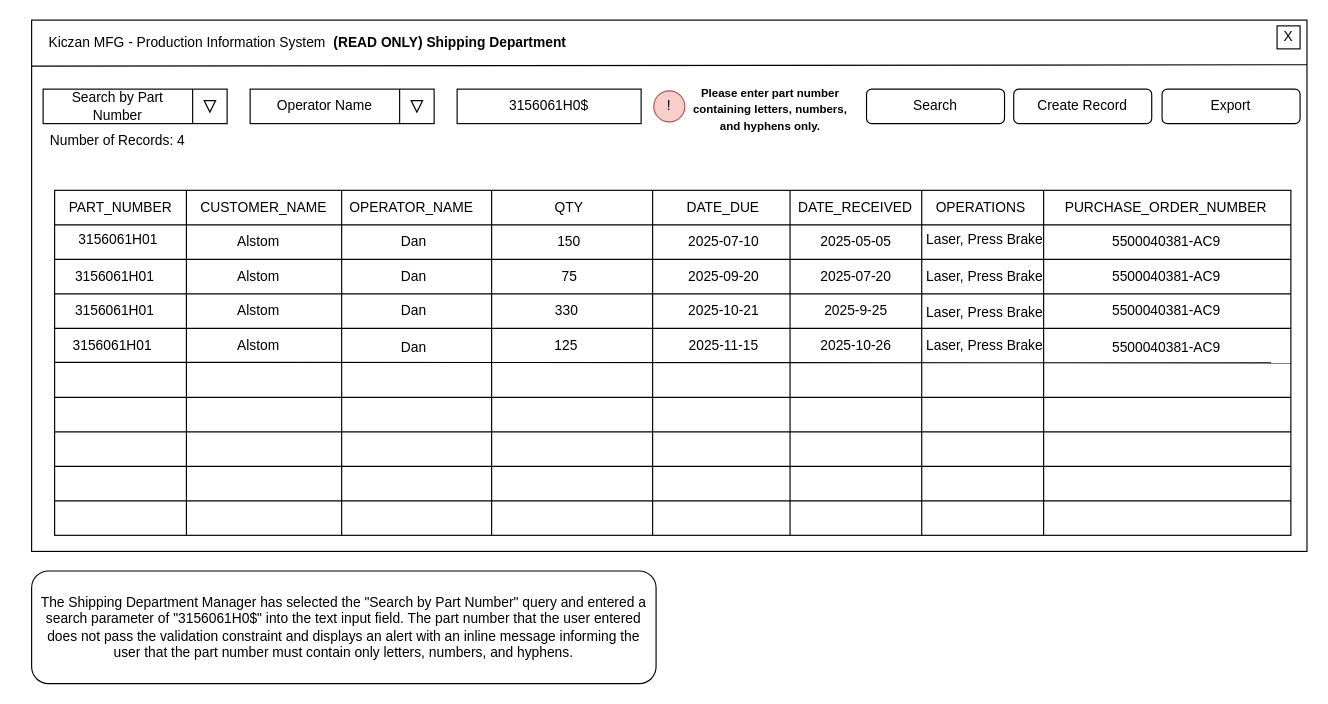
JrST90/Team2CapstoneProject keeps this draw.io diagram as Main User Interface Wireframe Search By Part Number (READONLY) VALIDATION ERROR.drawio. Above is the earlier version. Source tidied: cells renumbered, new cells numbered last; positions are measured from the earlier drawing's top-left corner, leaving out a move shared by most shapes. Both pictures are drawn from the tidied source at 115%, with x=0, y=0 at pixel (20, 20).
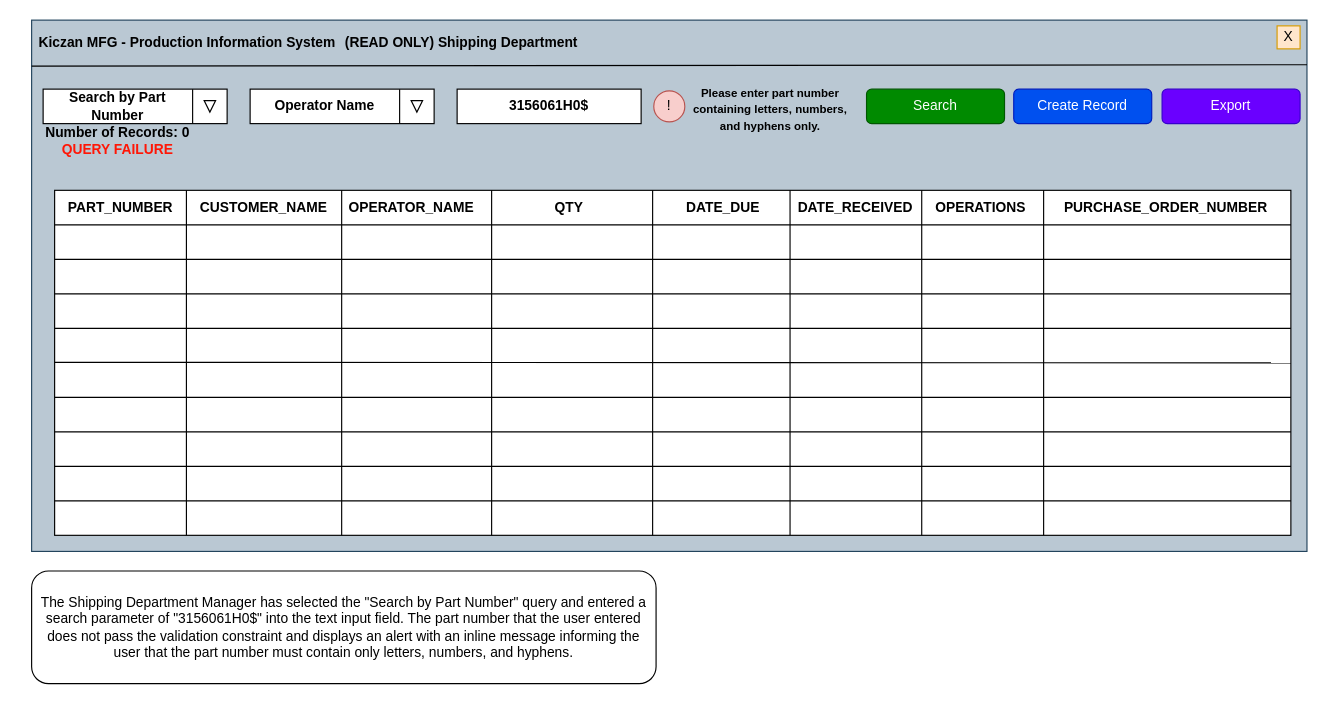
Above is the later version.

Change to the diagram source:
```diff
@@
-    <mxCell id="2" style="rounded=0;whiteSpace=wrap;html=1;" parent="1" vertex="1">
+    <mxCell id="2" style="rounded=0;whiteSpace=wrap;html=1;fillColor=#bac8d3;strokeColor=#23445d;" parent="1" vertex="1">
       <mxGeometry x="10" width="1109" height="462" as="geometry" />
     </mxCell>
@@
-    <mxCell id="4" value="X" style="whiteSpace=wrap;html=1;" parent="1" vertex="1">
+    <mxCell id="4" value="X" style="whiteSpace=wrap;html=1;fillColor=#ffe6cc;strokeColor=#d79b00;" parent="1" vertex="1">
       <mxGeometry x="1093" y="5" width="20" height="20" as="geometry" />
     </mxCell>
-    <mxCell id="5" value="Kiczan MFG - Production Information System" style="text;html=1;whiteSpace=wrap;strokeColor=none;fillColor=none;align=center;verticalAlign=middle;rounded=0;" parent="1" vertex="1">
+    <mxCell id="5" value="&lt;b&gt;Kiczan MFG - Production Information System&lt;/b&gt;" style="text;html=1;whiteSpace=wrap;strokeColor=none;fillColor=none;align=center;verticalAlign=middle;rounded=0;" parent="1" vertex="1">
       <mxGeometry x="10" y="5" width="271" height="30" as="geometry" />
     </mxCell>
@@
-    <mxCell id="8" value="3156061H0$" style="rounded=0;whiteSpace=wrap;html=1;" parent="1" vertex="1">
+    <mxCell id="8" value="&lt;b&gt;3156061H0$&lt;/b&gt;" style="rounded=0;whiteSpace=wrap;html=1;" parent="1" vertex="1">
       <mxGeometry x="380" y="60" width="160" height="30" as="geometry" />
     </mxCell>
-    <mxCell id="9" value="Search" style="rounded=1;whiteSpace=wrap;html=1;" parent="1" vertex="1">
+    <mxCell id="9" value="Search" style="rounded=1;whiteSpace=wrap;html=1;fillColor=#008a00;fontColor=#ffffff;strokeColor=#005700;" parent="1" vertex="1">
       <mxGeometry x="736" y="60" width="120" height="30" as="geometry" />
     </mxCell>
-    <mxCell id="10" value="Search by Part Number" style="text;html=1;whiteSpace=wrap;strokeColor=none;fillColor=none;align=center;verticalAlign=middle;rounded=0;" parent="1" vertex="1">
+    <mxCell id="10" value="&lt;b&gt;Search by Part Number&lt;/b&gt;" style="text;html=1;whiteSpace=wrap;strokeColor=none;fillColor=none;align=center;verticalAlign=middle;rounded=0;" parent="1" vertex="1">
       <mxGeometry x="40" y="60" width="90" height="30" as="geometry" />
     </mxCell>
@@
-    <mxCell id="14" value="Operator Name" style="text;html=1;whiteSpace=wrap;strokeColor=none;fillColor=none;align=center;verticalAlign=middle;rounded=0;" parent="1" vertex="1">
+    <mxCell id="14" value="&lt;b&gt;Operator Name&lt;/b&gt;" style="text;html=1;whiteSpace=wrap;strokeColor=none;fillColor=none;align=center;verticalAlign=middle;rounded=0;" parent="1" vertex="1">
       <mxGeometry x="190" y="60" width="150" height="30" as="geometry" />
     </mxCell>
@@
-    <mxCell id="30" value="Number of Records: 4" style="text;html=1;whiteSpace=wrap;strokeColor=none;fillColor=none;align=center;verticalAlign=middle;rounded=0;" parent="1" vertex="1">
+    <mxCell id="30" value="&lt;b&gt;Number of Records: 0 &lt;font style=&quot;color: rgb(255, 22, 6);&quot;&gt;QUERY FAILURE&lt;/font&gt;&lt;/b&gt;" style="text;html=1;whiteSpace=wrap;strokeColor=none;fillColor=none;align=center;verticalAlign=middle;rounded=0;" parent="1" vertex="1">
       <mxGeometry y="90" width="170" height="30" as="geometry" />
     </mxCell>
-    <mxCell id="31" value="Create Record" style="rounded=1;whiteSpace=wrap;html=1;" parent="1" vertex="1">
+    <mxCell id="31" value="Create Record" style="rounded=1;whiteSpace=wrap;html=1;fillColor=#0050ef;fontColor=#ffffff;strokeColor=#001DBC;" parent="1" vertex="1">
       <mxGeometry x="864" y="60" width="120" height="30" as="geometry" />
     </mxCell>
-    <mxCell id="32" value="PART_NUMBER" style="text;html=1;whiteSpace=wrap;strokeColor=none;fillColor=none;align=center;verticalAlign=middle;rounded=0;" parent="1" vertex="1">
+    <mxCell id="32" value="&lt;b&gt;PART_NUMBER&lt;/b&gt;" style="text;html=1;whiteSpace=wrap;strokeColor=none;fillColor=none;align=center;verticalAlign=middle;rounded=0;" parent="1" vertex="1">
       <mxGeometry x="36" y="148" width="103" height="30" as="geometry" />
     </mxCell>
-    <mxCell id="33" value="CUSTOMER_NAME" style="text;html=1;whiteSpace=wrap;strokeColor=none;fillColor=none;align=center;verticalAlign=middle;rounded=0;" parent="1" vertex="1">
+    <mxCell id="33" value="&lt;b&gt;CUSTOMER_NAME&lt;/b&gt;" style="text;html=1;whiteSpace=wrap;strokeColor=none;fillColor=none;align=center;verticalAlign=middle;rounded=0;" parent="1" vertex="1">
       <mxGeometry x="150" y="148" width="124" height="30" as="geometry" />
     </mxCell>
-    <mxCell id="34" value="OPERATOR_NAME" style="text;html=1;whiteSpace=wrap;strokeColor=none;fillColor=none;align=center;verticalAlign=middle;rounded=0;" parent="1" vertex="1">
+    <mxCell id="34" value="&lt;b&gt;OPERATOR_NAME&lt;/b&gt;" style="text;html=1;whiteSpace=wrap;strokeColor=none;fillColor=none;align=center;verticalAlign=middle;rounded=0;" parent="1" vertex="1">
       <mxGeometry x="285" y="148" width="111" height="30" as="geometry" />
     </mxCell>
-    <mxCell id="35" value="QTY" style="text;html=1;whiteSpace=wrap;strokeColor=none;fillColor=none;align=center;verticalAlign=middle;rounded=0;" parent="1" vertex="1">
+    <mxCell id="35" value="&lt;b&gt;QTY&lt;/b&gt;" style="text;html=1;whiteSpace=wrap;strokeColor=none;fillColor=none;align=center;verticalAlign=middle;rounded=0;" parent="1" vertex="1">
       <mxGeometry x="426" y="148" width="103" height="30" as="geometry" />
     </mxCell>
-    <mxCell id="36" value="DATE_DUE" style="text;html=1;whiteSpace=wrap;strokeColor=none;fillColor=none;align=center;verticalAlign=middle;rounded=0;" parent="1" vertex="1">
+    <mxCell id="36" value="&lt;b&gt;DATE_DUE&lt;/b&gt;" style="text;html=1;whiteSpace=wrap;strokeColor=none;fillColor=none;align=center;verticalAlign=middle;rounded=0;" parent="1" vertex="1">
       <mxGeometry x="560" y="148" width="103" height="30" as="geometry" />
     </mxCell>
-    <mxCell id="37" value="DATE_RECEIVED" style="text;html=1;whiteSpace=wrap;strokeColor=none;fillColor=none;align=center;verticalAlign=middle;rounded=0;" parent="1" vertex="1">
+    <mxCell id="37" value="&lt;b&gt;DATE_RECEIVED&lt;/b&gt;" style="text;html=1;whiteSpace=wrap;strokeColor=none;fillColor=none;align=center;verticalAlign=middle;rounded=0;" parent="1" vertex="1">
       <mxGeometry x="675" y="148" width="103" height="30" as="geometry" />
     </mxCell>
-    <mxCell id="38" value="OPERATIONS" style="text;html=1;whiteSpace=wrap;strokeColor=none;fillColor=none;align=center;verticalAlign=middle;rounded=0;" parent="1" vertex="1">
+    <mxCell id="38" value="&lt;b&gt;OPERATIONS&lt;/b&gt;" style="text;html=1;whiteSpace=wrap;strokeColor=none;fillColor=none;align=center;verticalAlign=middle;rounded=0;" parent="1" vertex="1">
       <mxGeometry x="784" y="148" width="103" height="30" as="geometry" />
     </mxCell>
-    <mxCell id="39" value="PURCHASE_ORDER_NUMBER" style="text;html=1;whiteSpace=wrap;strokeColor=none;fillColor=none;align=center;verticalAlign=middle;rounded=0;" parent="1" vertex="1">
+    <mxCell id="39" value="&lt;b&gt;PURCHASE_ORDER_NUMBER&lt;/b&gt;" style="text;html=1;whiteSpace=wrap;strokeColor=none;fillColor=none;align=center;verticalAlign=middle;rounded=0;" parent="1" vertex="1">
       <mxGeometry x="897" y="148" width="199" height="30" as="geometry" />
     </mxCell>
@@
-    <mxCell id="43" value="Export" style="rounded=1;whiteSpace=wrap;html=1;" parent="1" vertex="1">
+    <mxCell id="43" value="Export" style="rounded=1;whiteSpace=wrap;html=1;fillColor=#6a00ff;fontColor=#ffffff;strokeColor=#3700CC;" parent="1" vertex="1">
       <mxGeometry x="993" y="60" width="120" height="30" as="geometry" />
     </mxCell>
     <mxCell id="44" value="&lt;b&gt;(READ ONLY) Shipping Department&lt;/b&gt;" style="text;html=1;whiteSpace=wrap;strokeColor=none;fillColor=none;align=center;verticalAlign=middle;rounded=0;" parent="1" vertex="1">
-      <mxGeometry x="259" y="5" width="230" height="30" as="geometry" />
+      <mxGeometry x="269" y="5" width="230" height="30" as="geometry" />
     </mxCell>
-    <mxCell id="45" value="3156061H01" style="text;html=1;whiteSpace=wrap;strokeColor=none;fillColor=none;align=center;verticalAlign=middle;rounded=0;" parent="1" vertex="1">
-      <mxGeometry x="4.5" y="176" width="161" height="30" as="geometry" />
-    </mxCell>
-    <mxCell id="46" value="3156061H01" style="text;html=1;whiteSpace=wrap;strokeColor=none;fillColor=none;align=center;verticalAlign=middle;rounded=0;" parent="1" vertex="1">
-      <mxGeometry x="2" y="208" width="161" height="30" as="geometry" />
-    </mxCell>
-    <mxCell id="47" value="3156061H01" style="text;html=1;whiteSpace=wrap;strokeColor=none;fillColor=none;align=center;verticalAlign=middle;rounded=0;" parent="1" vertex="1">
-      <mxGeometry x="2" y="238" width="161" height="30" as="geometry" />
-    </mxCell>
-    <mxCell id="48" value="3156061H01" style="text;html=1;whiteSpace=wrap;strokeColor=none;fillColor=none;align=center;verticalAlign=middle;rounded=0;" parent="1" vertex="1">
-      <mxGeometry y="268" width="161" height="30" as="geometry" />
-    </mxCell>
-    <mxCell id="49" value="Alstom" style="text;html=1;whiteSpace=wrap;strokeColor=none;fillColor=none;align=center;verticalAlign=middle;rounded=0;" parent="1" vertex="1">
-      <mxGeometry x="127" y="178" width="161" height="30" as="geometry" />
-    </mxCell>
-    <mxCell id="50" value="Alstom" style="text;html=1;whiteSpace=wrap;strokeColor=none;fillColor=none;align=center;verticalAlign=middle;rounded=0;" parent="1" vertex="1">
-      <mxGeometry x="127" y="208" width="161" height="30" as="geometry" />
-    </mxCell>
-    <mxCell id="51" value="Alstom" style="text;html=1;whiteSpace=wrap;strokeColor=none;fillColor=none;align=center;verticalAlign=middle;rounded=0;" parent="1" vertex="1">
-      <mxGeometry x="127" y="238" width="161" height="30" as="geometry" />
-    </mxCell>
-    <mxCell id="52" value="Alstom" style="text;html=1;whiteSpace=wrap;strokeColor=none;fillColor=none;align=center;verticalAlign=middle;rounded=0;" parent="1" vertex="1">
-      <mxGeometry x="127" y="268" width="161" height="30" as="geometry" />
-    </mxCell>
-    <mxCell id="53" value="Dan" style="text;html=1;whiteSpace=wrap;strokeColor=none;fillColor=none;align=center;verticalAlign=middle;rounded=0;" parent="1" vertex="1">
-      <mxGeometry x="262" y="178" width="161" height="30" as="geometry" />
-    </mxCell>
-    <mxCell id="54" value="Dan" style="text;html=1;whiteSpace=wrap;strokeColor=none;fillColor=none;align=center;verticalAlign=middle;rounded=0;" parent="1" vertex="1">
-      <mxGeometry x="262" y="208" width="161" height="30" as="geometry" />
-    </mxCell>
-    <mxCell id="55" value="Dan" style="text;html=1;whiteSpace=wrap;strokeColor=none;fillColor=none;align=center;verticalAlign=middle;rounded=0;" parent="1" vertex="1">
-      <mxGeometry x="262" y="238" width="161" height="30" as="geometry" />
-    </mxCell>
-    <mxCell id="56" value="Dan" style="text;html=1;whiteSpace=wrap;strokeColor=none;fillColor=none;align=center;verticalAlign=middle;rounded=0;" parent="1" vertex="1">
-      <mxGeometry x="262" y="270" width="161" height="30" as="geometry" />
-    </mxCell>
-    <mxCell id="57" value="150" style="text;html=1;whiteSpace=wrap;strokeColor=none;fillColor=none;align=center;verticalAlign=middle;rounded=0;" parent="1" vertex="1">
-      <mxGeometry x="441" y="178" width="73" height="30" as="geometry" />
-    </mxCell>
-    <mxCell id="58" value="75" style="text;html=1;whiteSpace=wrap;strokeColor=none;fillColor=none;align=center;verticalAlign=middle;rounded=0;" parent="1" vertex="1">
-      <mxGeometry x="448.5" y="208" width="58" height="30" as="geometry" />
-    </mxCell>
-    <mxCell id="59" value="330" style="text;html=1;whiteSpace=wrap;strokeColor=none;fillColor=none;align=center;verticalAlign=middle;rounded=0;" parent="1" vertex="1">
-      <mxGeometry x="437" y="238" width="77" height="30" as="geometry" />
-    </mxCell>
-    <mxCell id="60" value="125" style="text;html=1;whiteSpace=wrap;strokeColor=none;fillColor=none;align=center;verticalAlign=middle;rounded=0;" parent="1" vertex="1">
-      <mxGeometry x="442.5" y="268" width="64" height="30" as="geometry" />
-    </mxCell>
-    <mxCell id="61" value="2025-10-21" style="text;html=1;whiteSpace=wrap;strokeColor=none;fillColor=none;align=center;verticalAlign=middle;rounded=0;" parent="1" vertex="1">
-      <mxGeometry x="571.5" y="238" width="80" height="30" as="geometry" />
-    </mxCell>
-    <mxCell id="62" value="2025-11-15" style="text;html=1;whiteSpace=wrap;strokeColor=none;fillColor=none;align=center;verticalAlign=middle;rounded=0;" parent="1" vertex="1">
-      <mxGeometry x="571.5" y="268" width="80" height="30" as="geometry" />
-    </mxCell>
-    <mxCell id="63" value="2025-09-20" style="text;html=1;whiteSpace=wrap;strokeColor=none;fillColor=none;align=center;verticalAlign=middle;rounded=0;" parent="1" vertex="1">
-      <mxGeometry x="571.5" y="208" width="80" height="30" as="geometry" />
-    </mxCell>
-    <mxCell id="64" value="2025-07-10" style="text;html=1;whiteSpace=wrap;strokeColor=none;fillColor=none;align=center;verticalAlign=middle;rounded=0;" parent="1" vertex="1">
-      <mxGeometry x="571.5" y="178" width="80" height="30" as="geometry" />
-    </mxCell>
-    <mxCell id="65" value="2025-05-05" style="text;html=1;whiteSpace=wrap;strokeColor=none;fillColor=none;align=center;verticalAlign=middle;rounded=0;" parent="1" vertex="1">
-      <mxGeometry x="686.5" y="178" width="80" height="30" as="geometry" />
-    </mxCell>
-    <mxCell id="66" value="2025-07-20" style="text;html=1;whiteSpace=wrap;strokeColor=none;fillColor=none;align=center;verticalAlign=middle;rounded=0;" parent="1" vertex="1">
-      <mxGeometry x="686.5" y="208" width="80" height="30" as="geometry" />
-    </mxCell>
-    <mxCell id="67" value="2025-9-25" style="text;html=1;whiteSpace=wrap;strokeColor=none;fillColor=none;align=center;verticalAlign=middle;rounded=0;" parent="1" vertex="1">
-      <mxGeometry x="686.5" y="238" width="80" height="30" as="geometry" />
-    </mxCell>
-    <mxCell id="68" value="2025-10-26" style="text;html=1;whiteSpace=wrap;strokeColor=none;fillColor=none;align=center;verticalAlign=middle;rounded=0;" parent="1" vertex="1">
-      <mxGeometry x="686.5" y="268" width="80" height="30" as="geometry" />
-    </mxCell>
-    <mxCell id="69" value="Laser, Press Brake" style="text;html=1;whiteSpace=wrap;strokeColor=none;fillColor=none;align=center;verticalAlign=middle;rounded=0;" parent="1" vertex="1">
-      <mxGeometry x="778" y="176" width="122" height="30" as="geometry" />
-    </mxCell>
-    <mxCell id="70" value="Laser, Press Brake" style="text;html=1;whiteSpace=wrap;strokeColor=none;fillColor=none;align=center;verticalAlign=middle;rounded=0;" parent="1" vertex="1">
-      <mxGeometry x="778" y="208" width="122" height="30" as="geometry" />
-    </mxCell>
-    <mxCell id="71" value="Laser, Press Brake" style="text;html=1;whiteSpace=wrap;strokeColor=none;fillColor=none;align=center;verticalAlign=middle;rounded=0;" parent="1" vertex="1">
-      <mxGeometry x="778" y="240" width="122" height="30" as="geometry" />
-    </mxCell>
-    <mxCell id="72" value="Laser, Press Brake" style="text;html=1;whiteSpace=wrap;strokeColor=none;fillColor=none;align=center;verticalAlign=middle;rounded=0;" parent="1" vertex="1">
-      <mxGeometry x="778" y="268" width="122" height="30" as="geometry" />
-    </mxCell>
-    <mxCell id="73" value="5500040381-AC9" style="text;html=1;whiteSpace=wrap;strokeColor=none;fillColor=none;align=center;verticalAlign=middle;rounded=0;" parent="1" vertex="1">
-      <mxGeometry x="935.5" y="178" width="122" height="30" as="geometry" />
-    </mxCell>
-    <mxCell id="74" value="5500040381-AC9" style="text;html=1;whiteSpace=wrap;strokeColor=none;fillColor=none;align=center;verticalAlign=middle;rounded=0;" parent="1" vertex="1">
-      <mxGeometry x="935.5" y="208" width="122" height="30" as="geometry" />
-    </mxCell>
-    <mxCell id="75" value="5500040381-AC9" style="text;html=1;whiteSpace=wrap;strokeColor=none;fillColor=none;align=center;verticalAlign=middle;rounded=0;" parent="1" vertex="1">
-      <mxGeometry x="935.5" y="238" width="122" height="30" as="geometry" />
-    </mxCell>
-    <mxCell id="76" value="5500040381-AC9" style="text;html=1;whiteSpace=wrap;strokeColor=none;fillColor=none;align=center;verticalAlign=middle;rounded=0;" parent="1" vertex="1">
-      <mxGeometry x="935.5" y="270" width="122" height="30" as="geometry" />
-    </mxCell>
```
